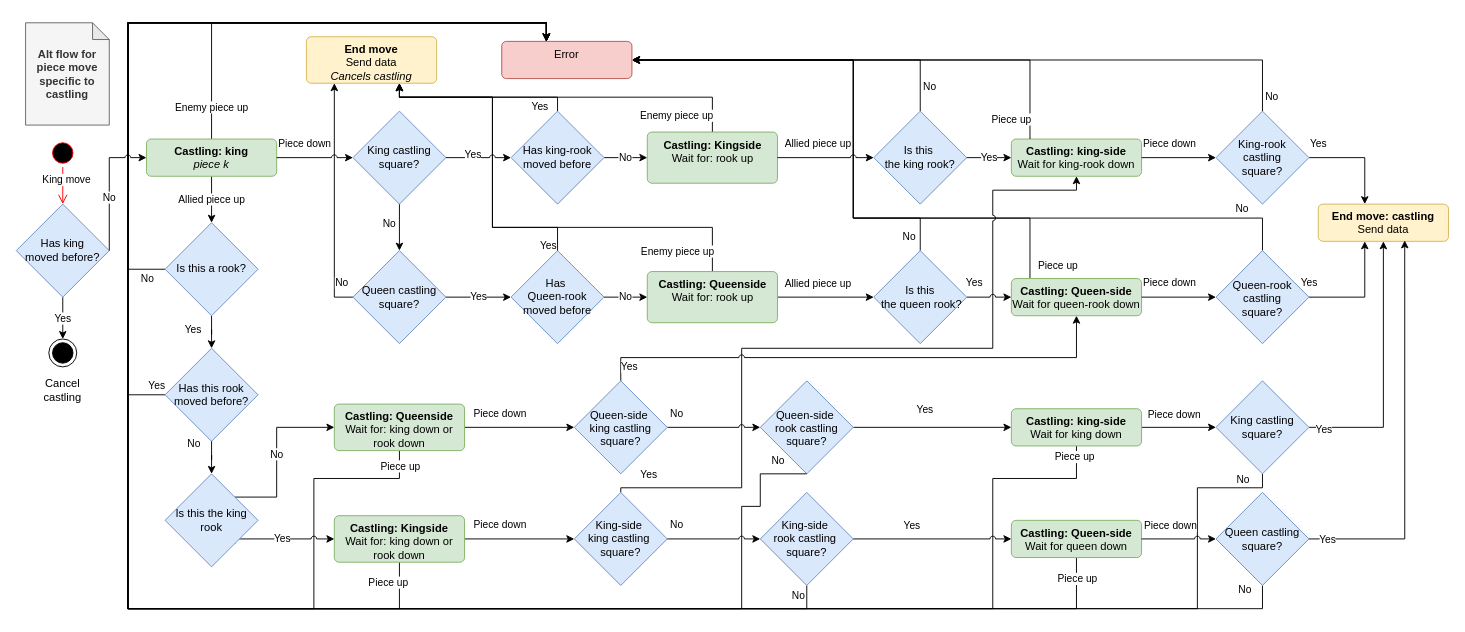
Before: page "Castling" (2 of 5) of ArduinoChess/P5_piecemove_statemachine.drawio in chrnigi/P5-SMAK, a draw.io diagram. Source tidied: cells renumbered, new cells numbered last; positions are measured from the earlier drawing's top-left corner, leaving out a move shared by most shapes. Both pictures are drawn from the tidied source at 93%, with x=0, y=0 at pixel (16, 22).
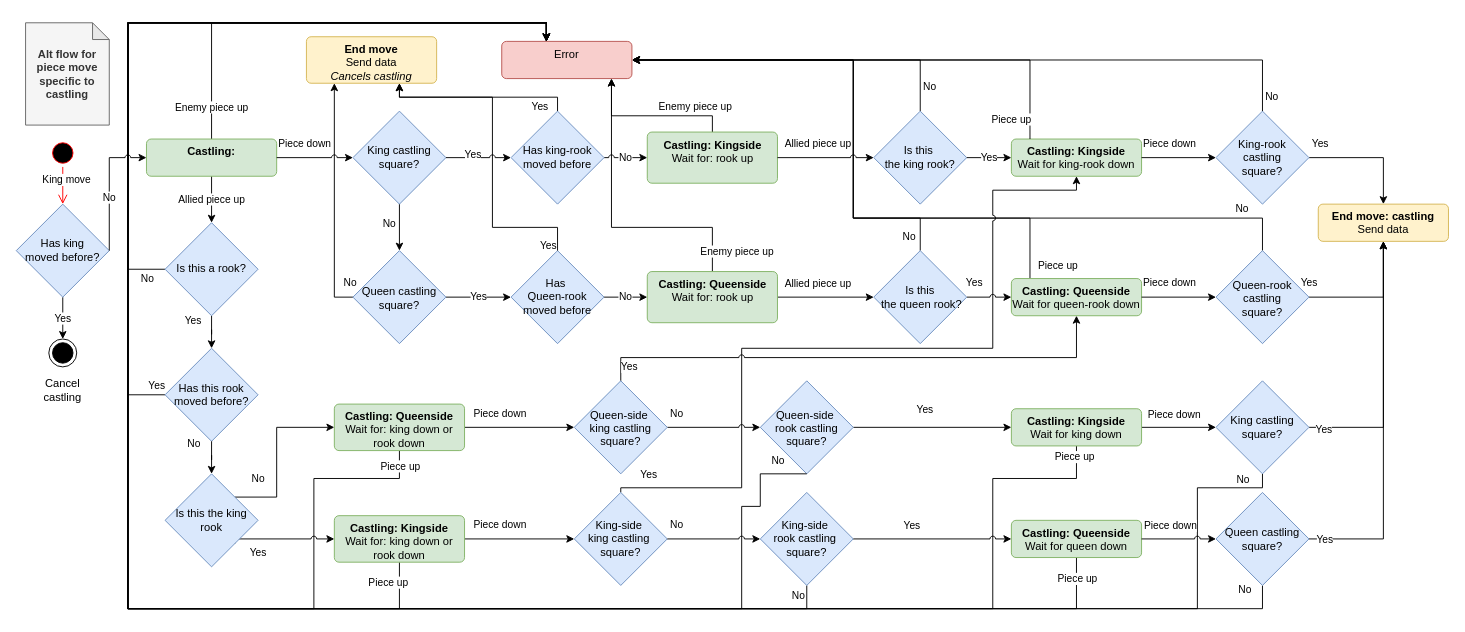
Above is the later version.

Commit message:
Minor changes to the diagram to reflect the code

Unchanged cells that the change refers to:
```xml
<mxCell id="13" value="&lt;b&gt;Castling: Kingside&lt;/b&gt;&lt;br&gt;Wait for: rook up" style="html=1;align=center;verticalAlign=top;rounded=1;absoluteArcSize=1;arcSize=10;dashed=0;whiteSpace=wrap;fillColor=#d5e8d4;strokeColor=#82b366;" parent="1" vertex="1">
  <mxGeometry x="678.5" y="117.5" width="140" height="55" as="geometry" />
</mxCell>
<mxCell id="19" value="Is this a rook?" style="rhombus;whiteSpace=wrap;html=1;fillColor=#dae8fc;strokeColor=#6c8ebf;" parent="1" vertex="1">
  <mxGeometry x="160" y="215" width="100" height="100" as="geometry" />
</mxCell>
<mxCell id="32" value="Queen-rook castling&lt;div&gt;square?&lt;/div&gt;" style="rhombus;whiteSpace=wrap;html=1;spacing=2;spacingTop=3;fillColor=#dae8fc;strokeColor=#6c8ebf;" parent="1" vertex="1">
  <mxGeometry x="1290" y="245" width="100" height="100" as="geometry" />
</mxCell>
<mxCell id="35" value="King-rook&lt;div&gt;castling&lt;/div&gt;&lt;div&gt;square?&lt;/div&gt;" style="rhombus;whiteSpace=wrap;html=1;fillColor=#dae8fc;strokeColor=#6c8ebf;" parent="1" vertex="1">
  <mxGeometry x="1290" y="95" width="100" height="100" as="geometry" />
</mxCell>
<mxCell id="36" value="&lt;b&gt;End move: castling&lt;/b&gt;&lt;br&gt;Send data" style="html=1;align=center;verticalAlign=top;rounded=1;absoluteArcSize=1;arcSize=10;dashed=0;whiteSpace=wrap;fillColor=#fff2cc;strokeColor=#d6b656;" parent="1" vertex="1">
  <mxGeometry x="1400" y="195" width="140" height="40" as="geometry" />
</mxCell>
<mxCell id="39" value="&lt;b&gt;Castling: Kingside&lt;/b&gt;&lt;br&gt;Wait for: king down or rook down" style="html=1;align=center;verticalAlign=top;rounded=1;absoluteArcSize=1;arcSize=10;dashed=0;whiteSpace=wrap;fillColor=#d5e8d4;strokeColor=#82b366;" parent="1" vertex="1">
  <mxGeometry x="342" y="530" width="140" height="50" as="geometry" />
</mxCell>
<mxCell id="43" value="&lt;b&gt;Castling: Queenside&lt;/b&gt;&lt;br&gt;Wait for: king down or rook down" style="html=1;align=center;verticalAlign=top;rounded=1;absoluteArcSize=1;arcSize=10;dashed=0;whiteSpace=wrap;fillColor=#d5e8d4;strokeColor=#82b366;" parent="1" vertex="1">
  <mxGeometry x="342" y="410" width="140" height="50" as="geometry" />
</mxCell>
<mxCell id="46" value="Is this the king rook" style="rhombus;whiteSpace=wrap;html=1;fillColor=#dae8fc;strokeColor=#6c8ebf;" parent="1" vertex="1">
  <mxGeometry x="160" y="485" width="100" height="100" as="geometry" />
</mxCell>
<mxCell id="60" value="&lt;b&gt;Castling: Queenside&lt;/b&gt;&lt;br&gt;Wait for: rook up" style="html=1;align=center;verticalAlign=top;rounded=1;absoluteArcSize=1;arcSize=10;dashed=0;whiteSpace=wrap;fillColor=#d5e8d4;strokeColor=#82b366;" parent="1" vertex="1">
  <mxGeometry x="678.5" y="267.5" width="140" height="55" as="geometry" />
</mxCell>
<mxCell id="65" value="Error" style="html=1;align=center;verticalAlign=top;rounded=1;absoluteArcSize=1;arcSize=10;dashed=0;whiteSpace=wrap;fillColor=#f8cecc;strokeColor=#b85450;" parent="1" vertex="1">
  <mxGeometry x="522" y="20" width="140" height="40" as="geometry" />
</mxCell>
<mxCell id="79" value="&lt;b&gt;End move&lt;/b&gt;&lt;br&gt;Send data&lt;br&gt;&lt;i&gt;Cancels castling&lt;/i&gt;" style="html=1;align=center;verticalAlign=top;rounded=1;absoluteArcSize=1;arcSize=10;dashed=0;whiteSpace=wrap;fillColor=#fff2cc;strokeColor=#d6b656;" parent="1" vertex="1">
  <mxGeometry x="312" y="15" width="140" height="50" as="geometry" />
</mxCell>
<mxCell id="100" value="Queen castling square?" style="rhombus;whiteSpace=wrap;html=1;fillColor=#dae8fc;strokeColor=#6c8ebf;" parent="1" vertex="1">
  <mxGeometry x="1290" y="505" width="100" height="100" as="geometry" />
</mxCell>
```

The edit, as a diff of the source:
```diff
@@
-    <mxCell id="9" value="&lt;b&gt;Castling: king&lt;/b&gt;&lt;br&gt;&lt;i&gt;piece k&lt;/i&gt;" style="html=1;align=center;verticalAlign=top;rounded=1;absoluteArcSize=1;arcSize=10;dashed=0;whiteSpace=wrap;fillColor=#d5e8d4;strokeColor=#82b366;" parent="1" vertex="1">
+    <mxCell id="9" value="&lt;b&gt;Castling:&lt;/b&gt;&lt;div&gt;&lt;br/&gt;&lt;/div&gt;" style="html=1;align=center;verticalAlign=top;rounded=1;absoluteArcSize=1;arcSize=10;dashed=0;whiteSpace=wrap;fillColor=#d5e8d4;strokeColor=#82b366;" parent="1" vertex="1">
       <mxGeometry x="140" y="125" width="140" height="40" as="geometry" />
     </mxCell>
@@
-    <mxCell id="12" value="Enemy piece up" style="edgeStyle=orthogonalEdgeStyle;rounded=0;jettySize=auto;html=1;" parent="1" edge="1" source="13" target="79">
-      <mxGeometry x="-0.61" y="20" relative="1" as="geometry">
+    <mxCell id="12" value="Enemy piece up" style="edgeStyle=orthogonalEdgeStyle;rounded=0;jettySize=auto;html=1;" parent="1" edge="1" source="13" target="65">
+      <mxGeometry x="-0.57" y="-10" relative="1" as="geometry">
         <Array as="points">
-          <mxPoint x="749" y="80" />
-          <mxPoint x="412" y="80" />
+          <mxPoint x="749" y="100" />
+          <mxPoint x="640" y="100" />
         </Array>
       </mxGeometry>
     </mxCell>
@@
-    <mxCell id="14" value="&lt;b&gt;Castling: king-side&lt;/b&gt;&lt;br&gt;Wait for king-rook down" style="html=1;align=center;verticalAlign=top;rounded=1;absoluteArcSize=1;arcSize=10;dashed=0;whiteSpace=wrap;fillColor=#d5e8d4;strokeColor=#82b366;" parent="1" vertex="1">
+    <mxCell id="14" value="&lt;b&gt;Castling: Kingside&lt;/b&gt;&lt;br&gt;Wait for king-rook down" style="html=1;align=center;verticalAlign=top;rounded=1;absoluteArcSize=1;arcSize=10;dashed=0;whiteSpace=wrap;fillColor=#d5e8d4;strokeColor=#82b366;" parent="1" vertex="1">
       <mxGeometry x="1070" y="125" width="140" height="40" as="geometry" />
     </mxCell>
@@
-    <mxCell id="16" value="Has this rook moved before?" style="rhombus;whiteSpace=wrap;html=1;fillColor=#dae8fc;strokeColor=#6c8ebf;" parent="1" vertex="1">
+    <mxCell id="16" value="Has this rook moved&amp;nbsp;&lt;span style=&quot;background-color: transparent; color: light-dark(rgb(0, 0, 0), rgb(255, 255, 255));&quot;&gt;before?&lt;/span&gt;" style="rhombus;whiteSpace=wrap;html=1;fillColor=#dae8fc;strokeColor=#6c8ebf;" parent="1" vertex="1">
       <mxGeometry x="160" y="350" width="100" height="100" as="geometry" />
     </mxCell>
     <mxCell id="17" value="Yes" style="edgeStyle=orthogonalEdgeStyle;rounded=0;jettySize=auto;html=1;" parent="1" edge="1" source="19" target="16">
-      <mxGeometry x="0.11" y="-20" relative="1" as="geometry" />
+      <mxGeometry x="-0.78" y="-20" relative="1" as="geometry" />
     </mxCell>
@@
-    <mxCell id="29" value="&lt;b&gt;Castling: Queen-side&lt;/b&gt;&lt;br&gt;Wait for queen-rook down" style="html=1;align=center;verticalAlign=top;rounded=1;absoluteArcSize=1;arcSize=10;dashed=0;whiteSpace=wrap;fillColor=#d5e8d4;strokeColor=#82b366;" parent="1" vertex="1">
+    <mxCell id="29" value="&lt;b&gt;Castling: Queenside&lt;/b&gt;&lt;br&gt;Wait for queen-rook down" style="html=1;align=center;verticalAlign=top;rounded=1;absoluteArcSize=1;arcSize=10;dashed=0;whiteSpace=wrap;fillColor=#d5e8d4;strokeColor=#82b366;" parent="1" vertex="1">
       <mxGeometry x="1070" y="275" width="140" height="40" as="geometry" />
     </mxCell>
     <mxCell id="30" value="Yes" style="edgeStyle=orthogonalEdgeStyle;rounded=0;jettySize=auto;html=1;" parent="1" edge="1" source="32" target="36">
       <mxGeometry x="-1" y="15" relative="1" as="geometry">
         <Array as="points">
-          <mxPoint x="1450" y="295" />
+          <mxPoint x="1470" y="295" />
         </Array>
       </mxGeometry>
     </mxCell>
@@
     <mxCell id="33" value="Yes" style="edgeStyle=orthogonalEdgeStyle;rounded=0;jettySize=auto;html=1;" parent="1" edge="1" source="35" target="36">
       <mxGeometry x="-0.82" y="15" relative="1" as="geometry">
         <Array as="points">
-          <mxPoint x="1450" y="145" />
+          <mxPoint x="1470" y="145" />
         </Array>
       </mxGeometry>
     </mxCell>
@@
     <mxCell id="44" value="Yes" style="edgeStyle=orthogonalEdgeStyle;rounded=0;jettySize=auto;html=1;exitX=1;exitY=1;exitDx=0;exitDy=0;jumpStyle=arc;" parent="1" edge="1" source="46" target="39">
-      <mxGeometry relative="1" as="geometry">
+      <mxGeometry x="-0.46" y="-15" relative="1" as="geometry">
         <Array as="points">
           <mxPoint x="235" y="555" />
         </Array>
       </mxGeometry>
     </mxCell>
     <mxCell id="45" value="No" style="edgeStyle=orthogonalEdgeStyle;rounded=0;jettySize=auto;html=1;exitX=1;exitY=0;exitDx=0;exitDy=0;" parent="1" edge="1" source="46" target="43">
-      <mxGeometry relative="1" as="geometry">
+      <mxGeometry x="-0.29" y="20" relative="1" as="geometry">
         <Array as="points">
           <mxPoint x="280" y="510" />
           <mxPoint x="280" y="435" />
         </Array>
       </mxGeometry>
     </mxCell>
@@
     <mxCell id="53" value="No" style="edgeStyle=orthogonalEdgeStyle;rounded=0;jettySize=auto;html=1;" parent="1" edge="1" source="55" target="79">
-      <mxGeometry x="-0.72" y="-8" relative="1" as="geometry">
+      <mxGeometry x="-0.98" y="-15" relative="1" as="geometry">
         <Array as="points">
           <mxPoint x="342" y="295" />
         </Array>
       </mxGeometry>
     </mxCell>
@@
-    <mxCell id="55" value="Queen castling square?" style="rhombus;whiteSpace=wrap;html=1;fillColor=#dae8fc;strokeColor=#6c8ebf;" parent="1" vertex="1">
+    <mxCell id="55" value="Queen castling square?" style="rhombus;whiteSpace=wrap;html=1;fillColor=#dae8fc;strokeColor=#6c8ebf;spacingTop=2;" parent="1" vertex="1">
       <mxGeometry x="362" y="245" width="100" height="100" as="geometry" />
     </mxCell>
@@
-    <mxCell id="58" style="edgeStyle=orthogonalEdgeStyle;rounded=0;jettySize=auto;html=1;" parent="1" edge="1" source="60" target="79">
+    <mxCell id="58" style="edgeStyle=orthogonalEdgeStyle;rounded=0;jettySize=auto;html=1;" parent="1" edge="1" source="60" target="65">
       <mxGeometry relative="1" as="geometry">
         <Array as="points">
           <mxPoint x="749" y="220" />
-          <mxPoint x="512" y="220" />
-          <mxPoint x="512" y="80" />
-          <mxPoint x="412" y="80" />
+          <mxPoint x="640" y="220" />
         </Array>
       </mxGeometry>
     </mxCell>
@@
-    <mxCell id="92" value="&lt;b&gt;Castling: Queen-side&lt;/b&gt;&lt;br&gt;Wait for queen down" style="html=1;align=center;verticalAlign=top;rounded=1;absoluteArcSize=1;arcSize=10;dashed=0;whiteSpace=wrap;fillColor=#d5e8d4;strokeColor=#82b366;" parent="1" vertex="1">
+    <mxCell id="92" value="&lt;b&gt;Castling: Queenside&lt;/b&gt;&lt;br&gt;Wait for queen down" style="html=1;align=center;verticalAlign=top;rounded=1;absoluteArcSize=1;arcSize=10;dashed=0;whiteSpace=wrap;fillColor=#d5e8d4;strokeColor=#82b366;" parent="1" vertex="1">
       <mxGeometry x="1070" y="535" width="140" height="40" as="geometry" />
     </mxCell>
@@
-    <mxCell id="97" value="&lt;b&gt;Castling: king-side&lt;/b&gt;&lt;br&gt;Wait for king down" style="html=1;align=center;verticalAlign=top;rounded=1;absoluteArcSize=1;arcSize=10;dashed=0;whiteSpace=wrap;fillColor=#d5e8d4;strokeColor=#82b366;" parent="1" vertex="1">
+    <mxCell id="97" value="&lt;b&gt;Castling: Kingside&lt;/b&gt;&lt;br&gt;Wait for king down" style="html=1;align=center;verticalAlign=top;rounded=1;absoluteArcSize=1;arcSize=10;dashed=0;whiteSpace=wrap;fillColor=#d5e8d4;strokeColor=#82b366;" parent="1" vertex="1">
       <mxGeometry x="1070" y="415" width="140" height="40" as="geometry" />
     </mxCell>
@@
-    <mxCell id="106" style="edgeStyle=orthogonalEdgeStyle;rounded=0;jettySize=auto;html=1;entryX=0.664;entryY=0.975;entryDx=0;entryDy=0;entryPerimeter=0;" parent="1" edge="1" source="100" target="36">
-      <mxGeometry relative="1" as="geometry" />
+    <mxCell id="106" style="edgeStyle=orthogonalEdgeStyle;rounded=0;jettySize=auto;html=1;" parent="1" edge="1" source="100" target="36">
+      <mxGeometry relative="1" as="geometry">
+        <Array as="points">
+          <mxPoint x="1470" y="555" />
+        </Array>
+      </mxGeometry>
     </mxCell>
```
